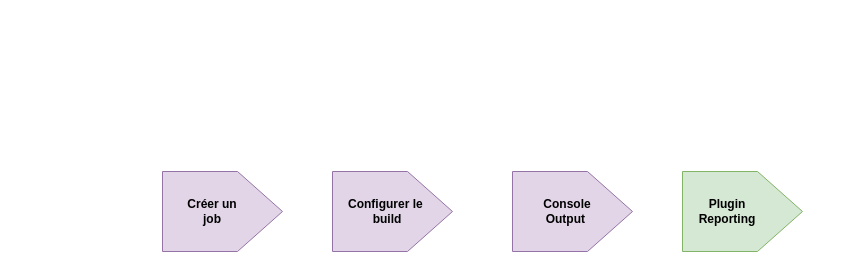
Above: Untitled Diagram.drawio in siiraaj/AutoiT (draw.io), before the change. Source tidied: cells renumbered, new cells numbered last; positions are measured from the earlier drawing's top-left corner, leaving out a move shared by most shapes. Both pictures are drawn from the tidied source at 100%, with x=0, y=0 at pixel (182, 151).
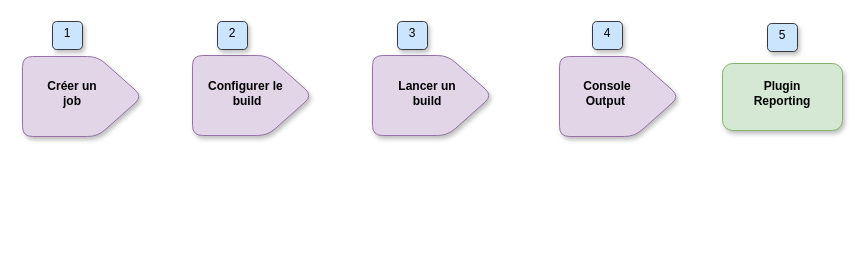
The same diagram, later.

Diff of the diagram source:
```diff
@@
-    <mxCell id="2" style="shape=offPageConnector;whiteSpace=wrap;html=1;rotation=-90;fillColor=#e1d5e7;strokeColor=#9673a6;" parent="1" vertex="1">
-      <mxGeometry width="80" height="120" as="geometry" />
+    <mxCell id="2" style="shape=offPageConnector;whiteSpace=wrap;html=1;rotation=-90;fillColor=#e1d5e7;strokeColor=#9673a6;rounded=1;sketch=0;shadow=1;" parent="1" vertex="1">
+      <mxGeometry x="-140" y="-115" width="80" height="120" as="geometry" />
     </mxCell>
-    <mxCell id="3" style="shape=offPageConnector;whiteSpace=wrap;html=1;rotation=-90;fillColor=#e1d5e7;strokeColor=#9673a6;" parent="1" vertex="1">
-      <mxGeometry x="170" width="80" height="120" as="geometry" />
+    <mxCell id="3" style="shape=offPageConnector;whiteSpace=wrap;html=1;rotation=-90;fillColor=#e1d5e7;strokeColor=#9673a6;rounded=1;sketch=0;shadow=1;" parent="1" vertex="1">
+      <mxGeometry x="30" y="-116" width="80" height="120" as="geometry" />
     </mxCell>
-    <mxCell id="4" style="shape=offPageConnector;whiteSpace=wrap;html=1;rotation=-90;fillColor=#e1d5e7;strokeColor=#9673a6;" parent="1" vertex="1">
-      <mxGeometry x="350" width="80" height="120" as="geometry" />
+    <mxCell id="4" style="shape=offPageConnector;whiteSpace=wrap;html=1;rotation=-90;fillColor=#e1d5e7;strokeColor=#9673a6;sketch=0;shadow=1;rounded=1;" parent="1" vertex="1">
+      <mxGeometry x="210" y="-116" width="80" height="120" as="geometry" />
     </mxCell>
-    <mxCell id="5" value="&lt;b&gt;Console Output&amp;nbsp;&lt;/b&gt;" style="text;html=1;strokeColor=none;fillColor=none;align=center;verticalAlign=middle;whiteSpace=wrap;rounded=0;" parent="1" vertex="1">
-      <mxGeometry x="340" y="50" width="90" height="20" as="geometry" />
+    <mxCell id="5" value="&lt;b&gt;Lancer un build&lt;/b&gt;" style="text;html=1;strokeColor=none;fillColor=none;align=center;verticalAlign=middle;whiteSpace=wrap;rounded=0;" parent="1" vertex="1">
+      <mxGeometry x="200" y="-68" width="90" height="20" as="geometry" />
     </mxCell>
-    <mxCell id="6" value="&lt;b&gt;Créer un job&lt;/b&gt;" style="text;html=1;strokeColor=none;fillColor=none;align=center;verticalAlign=middle;whiteSpace=wrap;rounded=0;glass=1;" parent="1" vertex="1">
-      <mxGeometry y="50" width="60" height="20" as="geometry" />
+    <mxCell id="6" value="&lt;b&gt;Créer un job&lt;/b&gt;" style="text;html=1;strokeColor=none;fillColor=none;align=center;verticalAlign=middle;whiteSpace=wrap;rounded=0;glass=1;sketch=1;shadow=1;" parent="1" vertex="1">
+      <mxGeometry x="-140" y="-68" width="60" height="20" as="geometry" />
     </mxCell>
     <mxCell id="7" value="&lt;b&gt;Configurer le&amp;nbsp; build&lt;/b&gt;" style="text;html=1;strokeColor=none;fillColor=none;align=center;verticalAlign=middle;whiteSpace=wrap;rounded=0;" parent="1" vertex="1">
-      <mxGeometry x="160" y="50" width="90" height="20" as="geometry" />
+      <mxGeometry x="20" y="-68" width="90" height="20" as="geometry" />
     </mxCell>
-    <mxCell id="8" style="shape=offPageConnector;whiteSpace=wrap;html=1;rotation=-90;fillColor=#d5e8d4;strokeColor=#82b366;" parent="1" vertex="1">
-      <mxGeometry x="520" width="80" height="120" as="geometry" />
-    </mxCell>
+    <mxCell id="10" style="shape=offPageConnector;whiteSpace=wrap;html=1;rotation=-90;fillColor=#e1d5e7;strokeColor=#9673a6;rounded=1;sketch=0;shadow=1;" parent="1" vertex="1">
+      <mxGeometry x="397" y="-115" width="80" height="120" as="geometry" />
+    </mxCell>
+    <mxCell id="11" value="&lt;b&gt;Console Output&amp;nbsp;&lt;/b&gt;" style="text;html=1;strokeColor=none;fillColor=none;align=center;verticalAlign=middle;whiteSpace=wrap;rounded=0;" parent="1" vertex="1">
+      <mxGeometry x="380" y="-68" width="90" height="20" as="geometry" />
+    </mxCell>
+    <mxCell id="12" style="rounded=1;whiteSpace=wrap;html=1;glass=0;fillColor=#cce5ff;strokeColor=#36393d;shadow=1;" parent="1" vertex="1">
+      <mxGeometry x="-130" y="-130" width="30" height="28" as="geometry" />
+    </mxCell>
+    <mxCell id="13" value="1" style="text;html=1;strokeColor=none;fillColor=none;align=center;verticalAlign=middle;whiteSpace=wrap;rounded=0;glass=0;shadow=1;" parent="1" vertex="1">
+      <mxGeometry x="-135" y="-128" width="40" height="20" as="geometry" />
+    </mxCell>
+    <mxCell id="14" style="rounded=1;whiteSpace=wrap;html=1;glass=0;strokeColor=#82b366;fillColor=#d5e8d4;sketch=0;shadow=1;" parent="1" vertex="1">
+      <mxGeometry x="540" y="-88" width="120" height="67" as="geometry" />
+    </mxCell>
     <mxCell id="9" value="&lt;b&gt;Plugin Reporting&lt;/b&gt;" style="text;html=1;strokeColor=none;fillColor=none;align=center;verticalAlign=middle;whiteSpace=wrap;rounded=0;" parent="1" vertex="1">
-      <mxGeometry x="500" y="50" width="90" height="20" as="geometry" />
+      <mxGeometry x="555" y="-68" width="90" height="20" as="geometry" />
     </mxCell>
+    <mxCell id="15" style="rounded=1;whiteSpace=wrap;html=1;glass=0;fillColor=#cce5ff;strokeColor=#36393d;shadow=1;" parent="1" vertex="1">
+      <mxGeometry x="35" y="-130" width="30" height="28" as="geometry" />
+    </mxCell>
+    <mxCell id="16" value="2" style="text;html=1;strokeColor=none;fillColor=none;align=center;verticalAlign=middle;whiteSpace=wrap;rounded=0;glass=0;shadow=1;" parent="1" vertex="1">
+      <mxGeometry x="30" y="-128" width="40" height="20" as="geometry" />
+    </mxCell>
+    <mxCell id="17" style="rounded=1;whiteSpace=wrap;html=1;glass=0;fillColor=#cce5ff;strokeColor=#36393d;shadow=1;" parent="1" vertex="1">
+      <mxGeometry x="215" y="-130" width="30" height="28" as="geometry" />
+    </mxCell>
+    <mxCell id="18" value="3" style="text;html=1;strokeColor=none;fillColor=none;align=center;verticalAlign=middle;whiteSpace=wrap;rounded=0;glass=0;shadow=1;" parent="1" vertex="1">
+      <mxGeometry x="210" y="-128" width="40" height="20" as="geometry" />
+    </mxCell>
+    <mxCell id="19" style="rounded=1;whiteSpace=wrap;html=1;glass=0;fillColor=#cce5ff;strokeColor=#36393d;shadow=1;" parent="1" vertex="1">
+      <mxGeometry x="410" y="-130" width="30" height="28" as="geometry" />
+    </mxCell>
+    <mxCell id="20" value="4" style="text;html=1;strokeColor=none;fillColor=none;align=center;verticalAlign=middle;whiteSpace=wrap;rounded=0;glass=0;shadow=1;" parent="1" vertex="1">
+      <mxGeometry x="405" y="-128" width="40" height="20" as="geometry" />
+    </mxCell>
+    <mxCell id="21" style="rounded=1;whiteSpace=wrap;html=1;glass=0;fillColor=#cce5ff;strokeColor=#36393d;shadow=1;" parent="1" vertex="1">
+      <mxGeometry x="585" y="-128" width="30" height="28" as="geometry" />
+    </mxCell>
+    <mxCell id="22" value="5" style="text;html=1;strokeColor=none;fillColor=none;align=center;verticalAlign=middle;whiteSpace=wrap;rounded=0;glass=0;shadow=1;" parent="1" vertex="1">
+      <mxGeometry x="580" y="-126" width="40" height="20" as="geometry" />
+    </mxCell>
```
